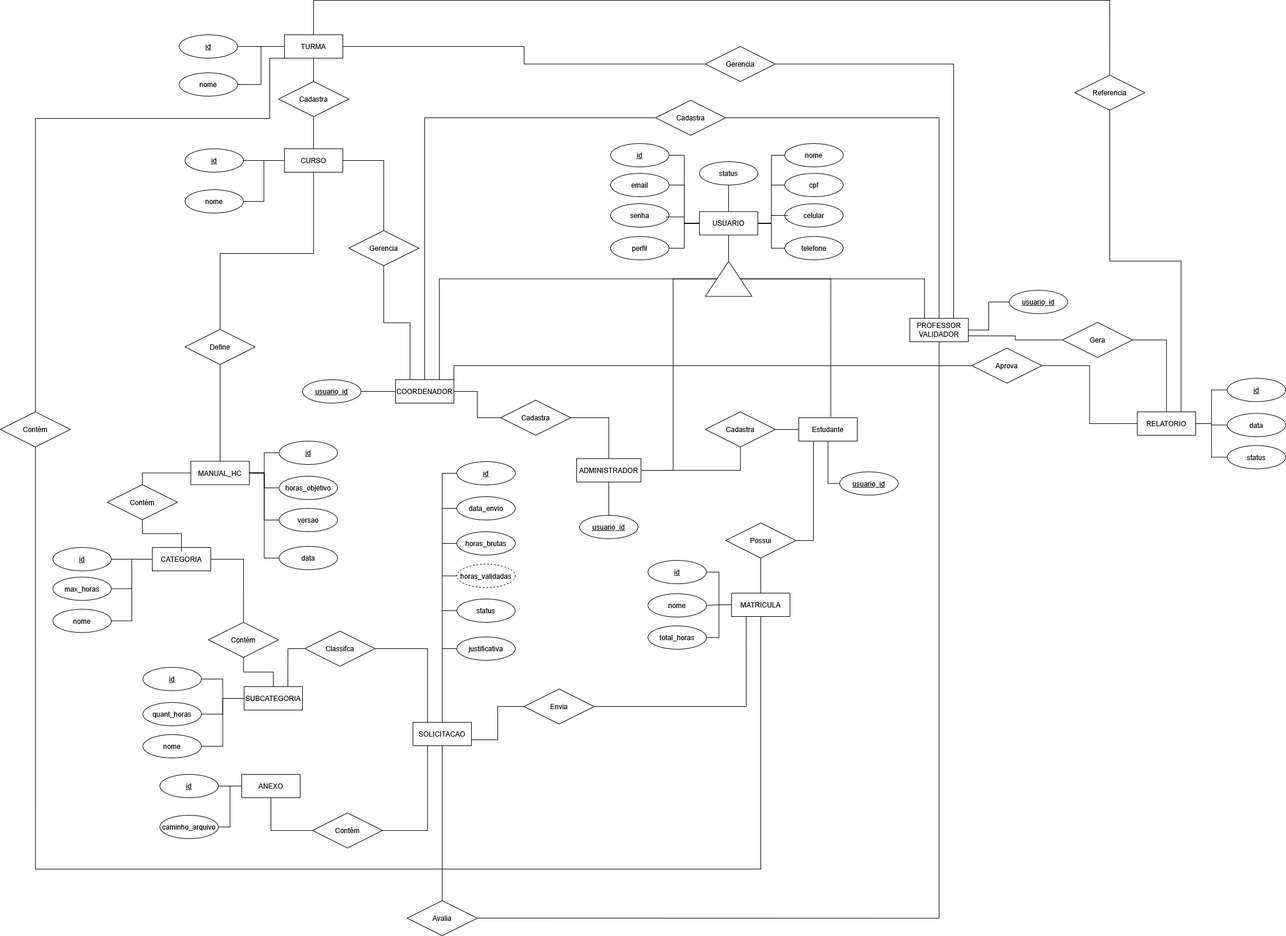
chaoticdevs-pucpr/AcademicSupplementaryHours.project keeps this draw.io diagram as artefatos/AshConceitual.drawio.png. Above is the earlier version. Source tidied: cells renumbered, new cells last; positions are measured from the earlier drawing's top-left corner, leaving out a move shared by most shapes.
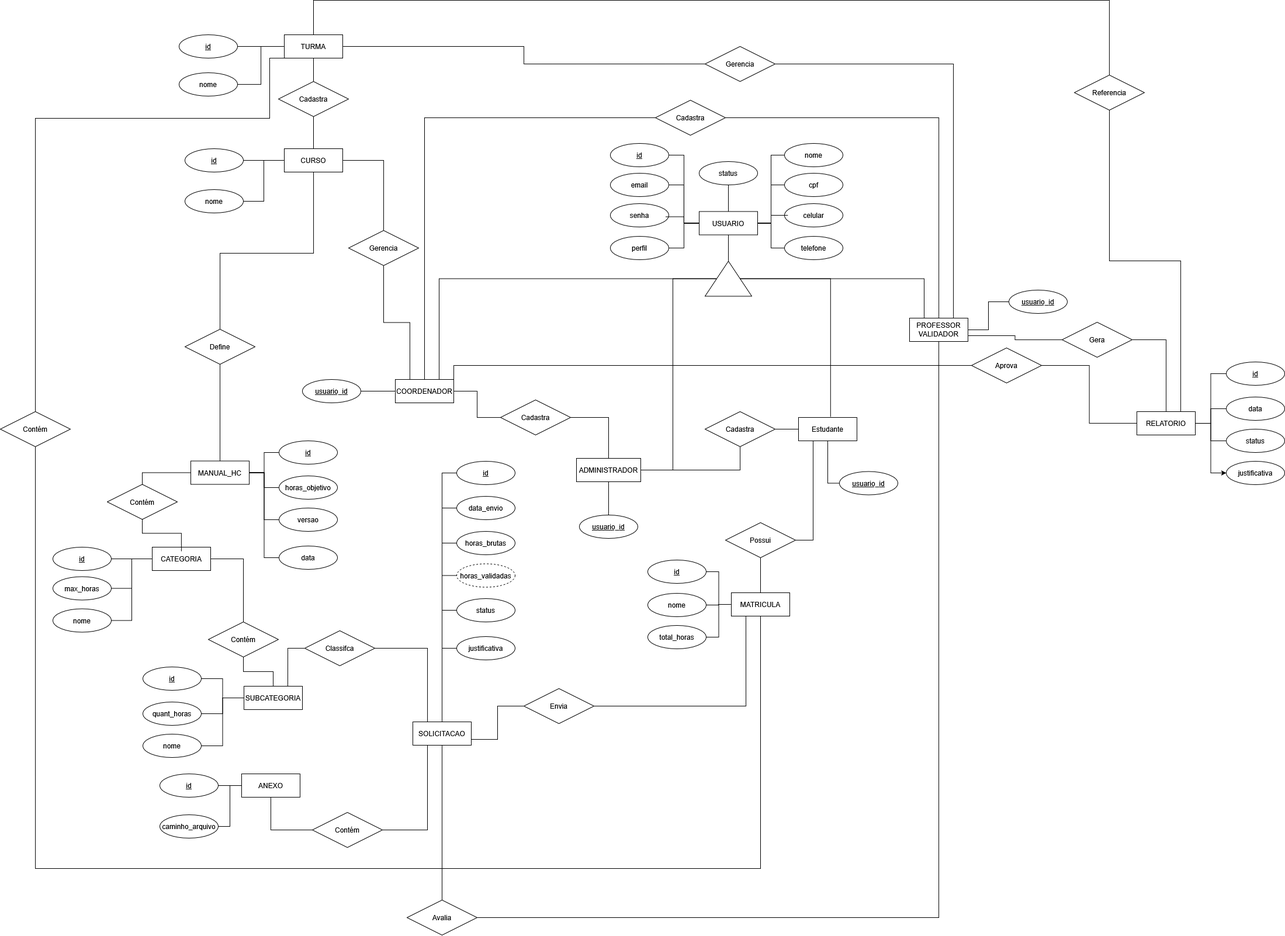
The same file after the commit.

What changed in the source:
```diff
@@ -133,17 +133,20 @@
     <mxCell id="42" style="edgeStyle=orthogonalEdgeStyle;rounded=0;jettySize=auto;html=1;entryX=0;entryY=0.5;entryDx=0;entryDy=0;endArrow=none;endFill=0;" parent="1" edge="1" source="43" target="46">
       <mxGeometry relative="1" as="geometry" />
     </mxCell>
+    <mxCell id="159" style="edgeStyle=orthogonalEdgeStyle;rounded=0;jettySize=auto;html=1;entryX=0;entryY=0.5;entryDx=0;entryDy=0;" parent="1" edge="1" source="43" target="160">
+      <mxGeometry relative="1" as="geometry" />
+    </mxCell>
     <mxCell id="43" value="RELATORIO" style="whiteSpace=wrap;html=1;align=center;" parent="1" vertex="1">
       <mxGeometry x="1945" y="704" width="100" height="40" as="geometry" />
     </mxCell>
     <mxCell id="44" value="&lt;div&gt;id&lt;/div&gt;" style="ellipse;whiteSpace=wrap;html=1;align=center;fontStyle=4;" parent="1" vertex="1">
-      <mxGeometry x="2099" y="646.5" width="100" height="40" as="geometry" />
+      <mxGeometry x="2098" y="619" width="100" height="40" as="geometry" />
     </mxCell>
     <mxCell id="45" value="data" style="ellipse;whiteSpace=wrap;html=1;align=center;" parent="1" vertex="1">
-      <mxGeometry x="2099" y="706.5" width="100" height="40" as="geometry" />
+      <mxGeometry x="2098" y="679" width="100" height="40" as="geometry" />
     </mxCell>
     <mxCell id="46" value="status" style="ellipse;whiteSpace=wrap;html=1;align=center;" parent="1" vertex="1">
-      <mxGeometry x="2099" y="761.5" width="100" height="40" as="geometry" />
+      <mxGeometry x="2098" y="734" width="100" height="40" as="geometry" />
     </mxCell>
     <mxCell id="47" style="edgeStyle=orthogonalEdgeStyle;rounded=0;jettySize=auto;html=1;entryX=1;entryY=0.5;entryDx=0;entryDy=0;endArrow=none;endFill=0;" parent="1" edge="1" source="51" target="52">
       <mxGeometry relative="1" as="geometry" />
@@ -502,5 +505,8 @@
     <mxCell id="158" value="total_horas" style="ellipse;whiteSpace=wrap;html=1;align=center;" parent="1" vertex="1">
       <mxGeometry x="1108" y="1070" width="100" height="40" as="geometry" />
     </mxCell>
+    <mxCell id="160" value="justificativa" style="ellipse;whiteSpace=wrap;html=1;align=center;" parent="1" vertex="1">
+      <mxGeometry x="2098" y="789" width="100" height="40" as="geometry" />
+    </mxCell>
   </root>
 </mxGraphModel>
```
